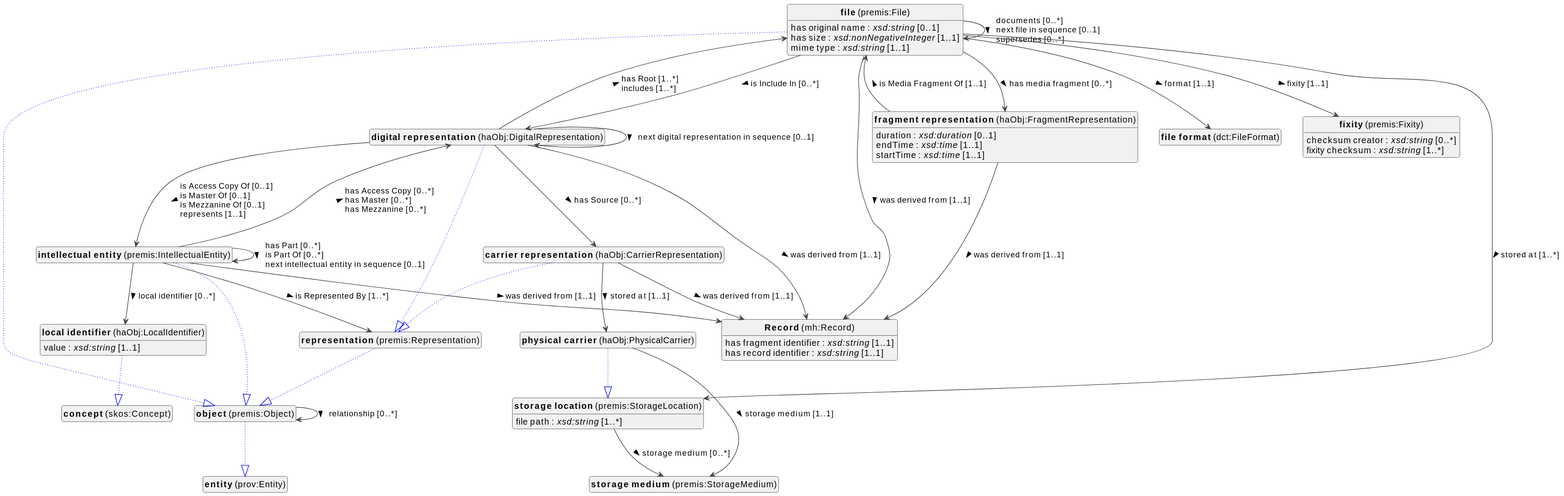
Earlier version of the PlantUML export docs/metadata/knowledge-graph/0.0.1/objects/en/objects-diagram.svg (viaacode/documentation-jekyll).
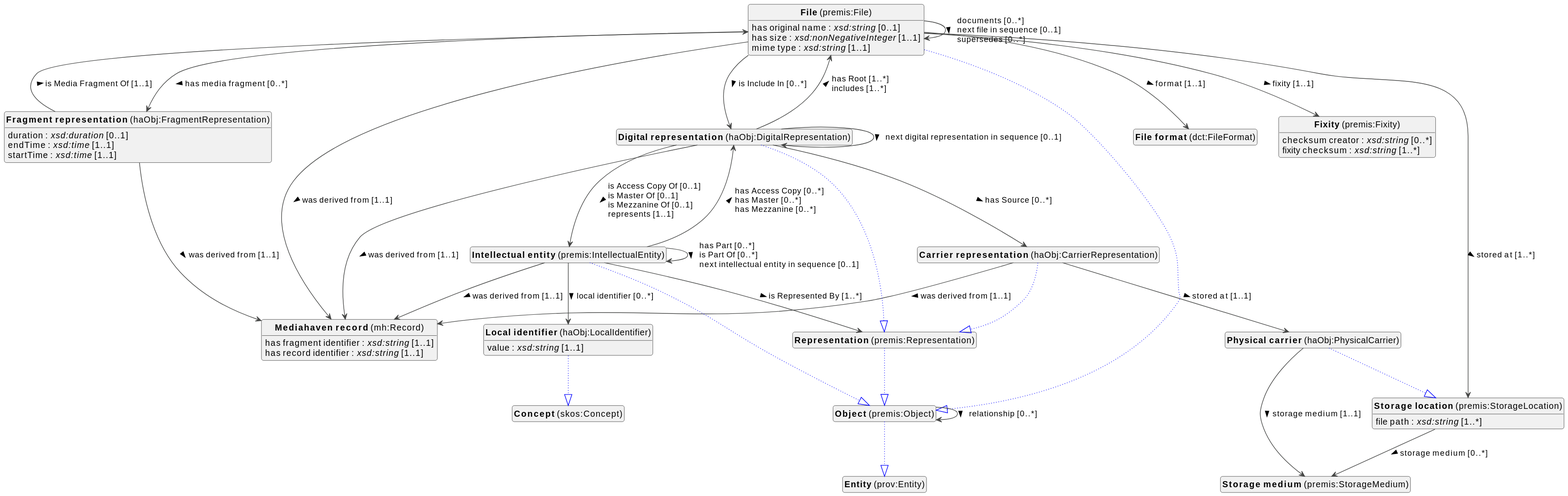
Above is the later version.

The edit, as a diff of the source:
```diff
@@ -10,33 +10,28 @@
 top to bottom direction
 
 
-class "<b>Record</b> (mh:Record)" as mh_Record [[#mh%3ARecord]]
-class "<b>carrier representation</b> (haObj:CarrierRepresentation)" as haObj_CarrierRepresentation [[#haObj%3ACarrierRepresentation]]
-class "<b>representation</b> (premis:Representation)" as premis_Representation [[#premis%3ARepresentation]]
-class "<b>digital representation</b> (haObj:DigitalRepresentation)" as haObj_DigitalRepresentation [[#haObj%3ADigitalRepresentation]]
-class "<b>representation</b> (premis:Representation)" as premis_Representation [[#premis%3ARepresentation]]
-class "<b>file</b> (premis:File)" as premis_File [[#premis%3AFile]]
-class "<b>object</b> (premis:Object)" as premis_Object [[#premis%3AObject]]
-class "<b>file format</b> (dct:FileFormat)" as dct_FileFormat [[#dct%3AFileFormat]]
-class "<b>fixity</b> (premis:Fixity)" as premis_Fixity [[#premis%3AFixity]]
-class "<b>fragment representation</b> (haObj:FragmentRepresentation)" as haObj_FragmentRepresentation [[#haObj%3AFragmentRepresentation]]
-class "<b>intellectual entity</b> (premis:IntellectualEntity)" as premis_IntellectualEntity [[#premis%3AIntellectualEntity]]
-class "<b>object</b> (premis:Object)" as premis_Object [[#premis%3AObject]]
-class "<b>local identifier</b> (haObj:LocalIdentifier)" as haObj_LocalIdentifier [[#haObj%3ALocalIdentifier]]
-class "<b>concept</b> (skos:Concept)" as skos_Concept [[#skos%3AConcept]]
-class "<b>object</b> (premis:Object)" as premis_Object [[#premis%3AObject]]
-class "<b>entity</b> (prov:Entity)" as prov_Entity [[#prov%3AEntity]]
-class "<b>physical carrier</b> (haObj:PhysicalCarrier)" as haObj_PhysicalCarrier [[#haObj%3APhysicalCarrier]]
-class "<b>storage location</b> (premis:StorageLocation)" as premis_StorageLocation [[#premis%3AStorageLocation]]
-class "<b>representation</b> (premis:Representation)" as premis_Representation [[#premis%3ARepresentation]]
-class "<b>object</b> (premis:Object)" as premis_Object [[#premis%3AObject]]
-class "<b>storage location</b> (premis:StorageLocation)" as premis_StorageLocation [[#premis%3AStorageLocation]]
-class "<b>storage medium</b> (premis:StorageMedium)" as premis_StorageMedium [[#premis%3AStorageMedium]]
-
-
-mh_Record : has fragment identifier : <i>xsd:string</i> [1..1]
-mh_Record : has record identifier : <i>xsd:string</i> [1..1]
-
+class "<b>Carrier representation</b> (haObj:CarrierRepresentation)" as haObj_CarrierRepresentation [[#haObj%3ACarrierRepresentation]]
+class "<b>Representation</b> (premis:Representation)" as premis_Representation [[#premis%3ARepresentation]]
+class "<b>Digital representation</b> (haObj:DigitalRepresentation)" as haObj_DigitalRepresentation [[#haObj%3ADigitalRepresentation]]
+class "<b>Representation</b> (premis:Representation)" as premis_Representation [[#premis%3ARepresentation]]
+class "<b>File</b> (premis:File)" as premis_File [[#premis%3AFile]]
+class "<b>Object</b> (premis:Object)" as premis_Object [[#premis%3AObject]]
+class "<b>File format</b> (dct:FileFormat)" as dct_FileFormat [[#dct%3AFileFormat]]
+class "<b>Fixity</b> (premis:Fixity)" as premis_Fixity [[#premis%3AFixity]]
+class "<b>Fragment representation</b> (haObj:FragmentRepresentation)" as haObj_FragmentRepresentation [[#haObj%3AFragmentRepresentation]]
+class "<b>Intellectual entity</b> (premis:IntellectualEntity)" as premis_IntellectualEntity [[#premis%3AIntellectualEntity]]
+class "<b>Object</b> (premis:Object)" as premis_Object [[#premis%3AObject]]
+class "<b>Local identifier</b> (haObj:LocalIdentifier)" as haObj_LocalIdentifier [[#haObj%3ALocalIdentifier]]
+class "<b>Concept</b> (skos:Concept)" as skos_Concept [[#skos%3AConcept]]
+class "<b>Mediahaven record</b> (mh:Record)" as mh_Record [[#mh%3ARecord]]
+class "<b>Object</b> (premis:Object)" as premis_Object [[#premis%3AObject]]
+class "<b>Entity</b> (prov:Entity)" as prov_Entity [[#prov%3AEntity]]
+class "<b>Physical carrier</b> (haObj:PhysicalCarrier)" as haObj_PhysicalCarrier [[#haObj%3APhysicalCarrier]]
+class "<b>Storage location</b> (premis:StorageLocation)" as premis_StorageLocation [[#premis%3AStorageLocation]]
+class "<b>Representation</b> (premis:Representation)" as premis_Representation [[#premis%3ARepresentation]]
+class "<b>Object</b> (premis:Object)" as premis_Object [[#premis%3AObject]]
+class "<b>Storage location</b> (premis:StorageLocation)" as premis_StorageLocation [[#premis%3AStorageLocation]]
+class "<b>Storage medium</b> (premis:StorageMedium)" as premis_StorageMedium [[#premis%3AStorageMedium]]
 
 haObj_CarrierRepresentation --|> premis_Representation #blue;line.dotted;text:blue
 
@@ -95,6 +90,11 @@
 haObj_LocalIdentifier : value : <i>xsd:string</i> [1..1]
 
 
+
+mh_Record : has fragment identifier : <i>xsd:string</i> [1..1]
+mh_Record : has record identifier : <i>xsd:string</i> [1..1]
+
+
 premis_Object --|> prov_Entity #blue;line.dotted;text:blue
 
 premis_Object --> premis_Object :relationship [0..*]  >
```
